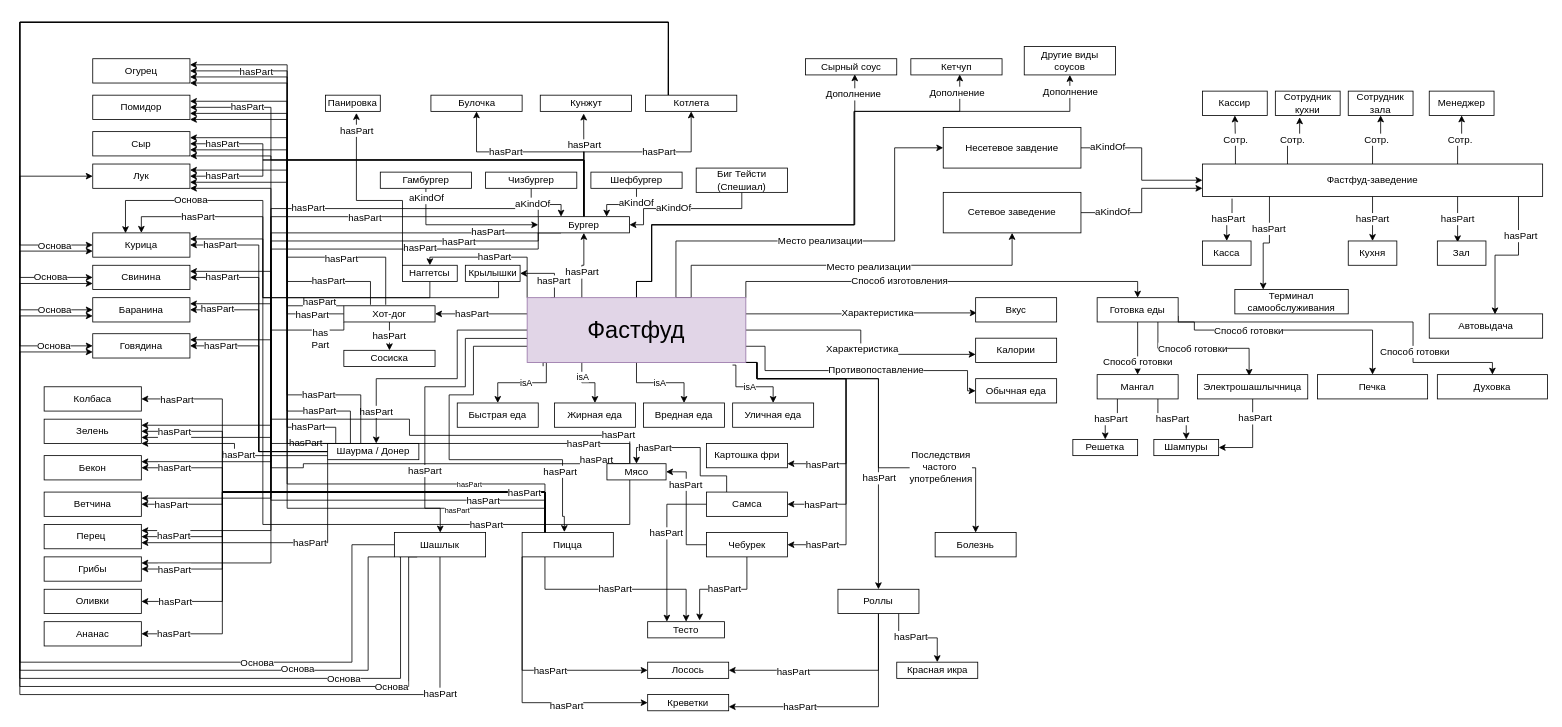
rusvlp/UML keeps this draw.io diagram as diagrams/Фастфуд - семантическая сеть.drawio. Above is the earlier version. Source tidied: cells renumbered, new cells numbered last; positions are measured from the earlier drawing's top-left corner, leaving out a move shared by most shapes. Both pictures are drawn from the tidied source at 81%, with x=0, y=0 at pixel (19, 22).
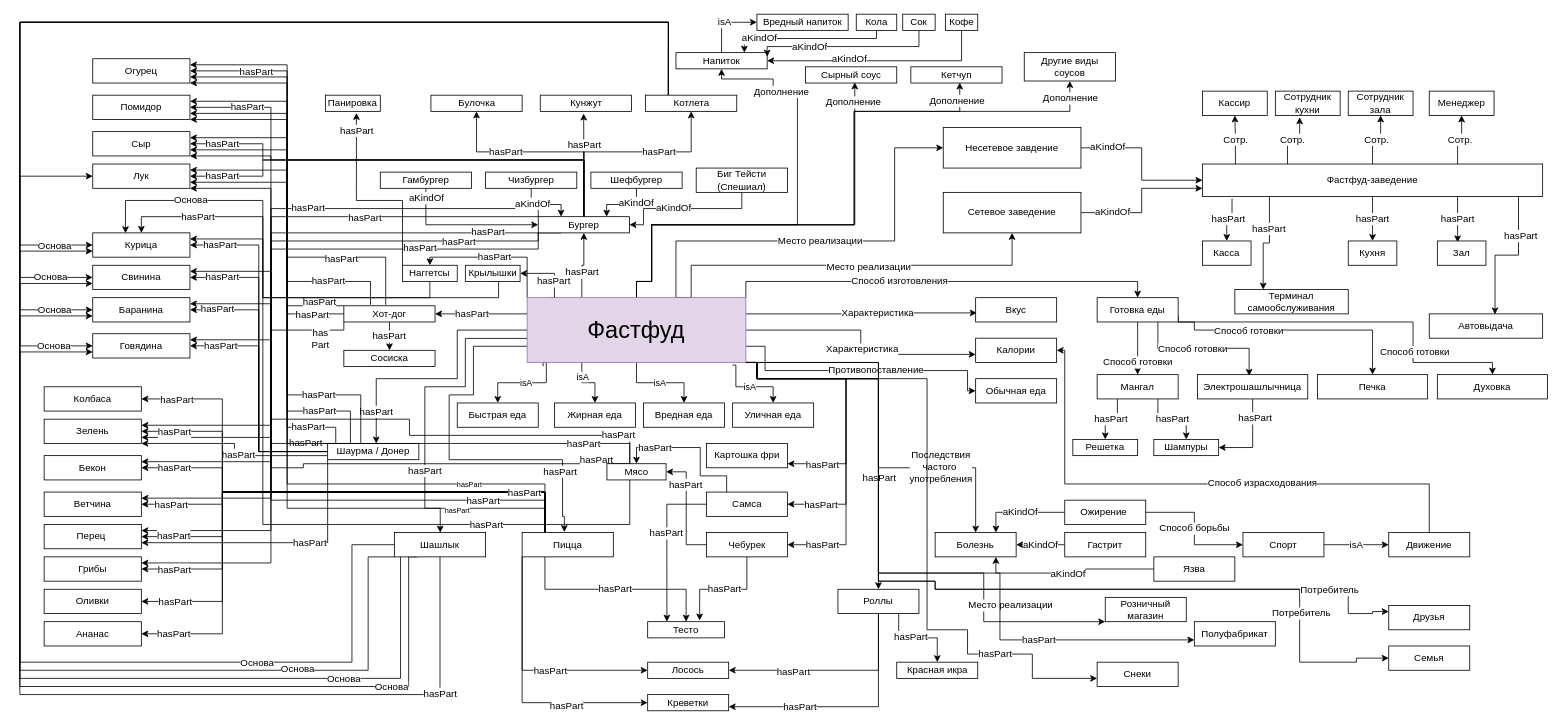
The same diagram, later.

The change refers to these unchanged cells:
```xml
<mxCell id="44" value="&lt;font style=&quot;font-size: 29px;&quot;&gt;Фастфуд&lt;/font&gt;" style="rounded=0;whiteSpace=wrap;html=1;fillColor=#e1d5e7;strokeColor=#9673a6;" parent="1" vertex="1">
  <mxGeometry x="626.3" y="340" width="270" height="80" as="geometry" />
</mxCell>
<mxCell id="50" value="Калории" style="rounded=0;whiteSpace=wrap;html=1;" parent="1" vertex="1">
  <mxGeometry x="1180" y="390" width="100" height="30" as="geometry" />
</mxCell>
<mxCell id="265" value="Болезнь" style="rounded=0;whiteSpace=wrap;html=1;fontSize=12;" parent="1" vertex="1">
  <mxGeometry x="1130" y="630" width="100" height="30" as="geometry" />
</mxCell>
```

Change to the diagram source:
```diff
@@
+    <mxCell id="266" style="edgeStyle=orthogonalEdgeStyle;rounded=0;jettySize=auto;html=1;exitX=0.5;exitY=0;exitDx=0;exitDy=0;fontSize=12;entryX=0.5;entryY=1;entryDx=0;entryDy=0;" parent="1" edge="1" source="44" target="290">
+      <mxGeometry relative="1" as="geometry">
+        <Array as="points">
+          <mxPoint x="761" y="320" />
+          <mxPoint x="780" y="320" />
+          <mxPoint x="780" y="250" />
+          <mxPoint x="960" y="250" />
+          <mxPoint x="960" y="80" />
+          <mxPoint x="930" y="80" />
+          <mxPoint x="930" y="70" />
+          <mxPoint x="866" y="70" />
+        </Array>
+      </mxGeometry>
+    </mxCell>
+    <mxCell id="267" value="Дополнение" style="edgeLabel;html=1;align=center;verticalAlign=middle;fontSize=12;" parent="266" vertex="1">
+      <mxGeometry x="0.63" y="1" relative="1" as="geometry">
+        <mxPoint x="-10" y="4" as="offset" />
+      </mxGeometry>
+    </mxCell>
+    <mxCell id="268" style="edgeStyle=orthogonalEdgeStyle;rounded=0;jettySize=auto;html=1;exitX=1;exitY=1;exitDx=0;exitDy=0;fontSize=12;" parent="1" edge="1" source="44" target="301">
+      <mxGeometry relative="1" as="geometry">
+        <Array as="points">
+          <mxPoint x="910" y="420" />
+          <mxPoint x="910" y="440" />
+          <mxPoint x="1060" y="440" />
+          <mxPoint x="1060" y="680" />
+          <mxPoint x="1190" y="680" />
+          <mxPoint x="1190" y="740" />
+        </Array>
+      </mxGeometry>
+    </mxCell>
+    <mxCell id="269" value="Место реализации" style="edgeLabel;html=1;align=center;verticalAlign=middle;fontSize=12;" parent="268" vertex="1">
+      <mxGeometry x="0.66" y="-2" relative="1" as="geometry">
+        <mxPoint x="12" y="-23" as="offset" />
+      </mxGeometry>
+    </mxCell>
+    <mxCell id="270" style="edgeStyle=orthogonalEdgeStyle;rounded=0;jettySize=auto;html=1;exitX=1;exitY=1;exitDx=0;exitDy=0;fontSize=12;" parent="1" edge="1" source="44" target="302">
+      <mxGeometry relative="1" as="geometry">
+        <Array as="points">
+          <mxPoint x="910" y="420" />
+          <mxPoint x="910" y="440" />
+          <mxPoint x="1120" y="440" />
+          <mxPoint x="1120" y="750" />
+          <mxPoint x="1170" y="750" />
+          <mxPoint x="1170" y="780" />
+          <mxPoint x="1250" y="780" />
+          <mxPoint x="1250" y="810" />
+        </Array>
+      </mxGeometry>
+    </mxCell>
+    <mxCell id="271" value="hasPart" style="edgeLabel;html=1;align=center;verticalAlign=middle;fontSize=12;" parent="270" vertex="1">
+      <mxGeometry x="0.62" y="1" relative="1" as="geometry" />
+    </mxCell>
+    <mxCell id="272" style="edgeStyle=orthogonalEdgeStyle;rounded=0;jettySize=auto;html=1;exitX=1;exitY=1;exitDx=0;exitDy=0;fontSize=12;entryX=0;entryY=0.75;entryDx=0;entryDy=0;" parent="1" edge="1" source="44" target="303">
+      <mxGeometry relative="1" as="geometry">
+        <Array as="points">
+          <mxPoint x="910" y="420" />
+          <mxPoint x="910" y="440" />
+          <mxPoint x="1060" y="440" />
+          <mxPoint x="1060" y="680" />
+          <mxPoint x="1210" y="680" />
+          <mxPoint x="1210" y="762" />
+        </Array>
+      </mxGeometry>
+    </mxCell>
+    <mxCell id="273" value="hasPart" style="edgeLabel;html=1;align=center;verticalAlign=middle;fontSize=12;" parent="272" vertex="1">
+      <mxGeometry x="0.57" relative="1" as="geometry" />
+    </mxCell>
+    <mxCell id="274" style="edgeStyle=orthogonalEdgeStyle;rounded=0;jettySize=auto;html=1;exitX=1;exitY=1;exitDx=0;exitDy=0;fontSize=12;entryX=0;entryY=0.5;entryDx=0;entryDy=0;" parent="1" edge="1" source="44" target="304">
+      <mxGeometry relative="1" as="geometry">
+        <Array as="points">
+          <mxPoint x="1060" y="420" />
+          <mxPoint x="1060" y="690" />
+          <mxPoint x="1130" y="690" />
+          <mxPoint x="1130" y="700" />
+          <mxPoint x="1580" y="700" />
+          <mxPoint x="1580" y="790" />
+          <mxPoint x="1650" y="790" />
+          <mxPoint x="1650" y="785" />
+        </Array>
+      </mxGeometry>
+    </mxCell>
+    <mxCell id="275" value="Потребитель" style="edgeLabel;html=1;align=center;verticalAlign=middle;fontSize=12;" parent="274" vertex="1">
+      <mxGeometry x="0.7" y="1" relative="1" as="geometry" />
+    </mxCell>
@@
     <mxCell id="234" value="Сырный соус" style="rounded=0;whiteSpace=wrap;html=1;fontSize=12;" parent="1" vertex="1">
-      <mxGeometry x="970" y="45" width="112.6" height="20" as="geometry" />
+      <mxGeometry x="970" y="55" width="112.6" height="20" as="geometry" />
     </mxCell>
     <mxCell id="235" value="Кетчуп" style="rounded=0;whiteSpace=wrap;html=1;fontSize=12;" parent="1" vertex="1">
-      <mxGeometry x="1100" y="45" width="112.6" height="20" as="geometry" />
+      <mxGeometry x="1100" y="55" width="112.6" height="20" as="geometry" />
     </mxCell>
     <mxCell id="236" value="Другие виды соусов" style="rounded=0;whiteSpace=wrap;html=1;fontSize=12;" parent="1" vertex="1">
-      <mxGeometry x="1240" y="30" width="112.6" height="35" as="geometry" />
+      <mxGeometry x="1240" y="37.5" width="112.6" height="35" as="geometry" />
     </mxCell>
@@
+    <mxCell id="276" value="aKindOf" style="edgeStyle=orthogonalEdgeStyle;rounded=0;jettySize=auto;html=1;exitX=0;exitY=0.5;exitDx=0;exitDy=0;entryX=0.75;entryY=0;entryDx=0;entryDy=0;fontSize=12;" parent="1" edge="1" source="278" target="265">
+      <mxGeometry relative="1" as="geometry" />
+    </mxCell>
+    <mxCell id="277" value="Способ борьбы" style="edgeStyle=orthogonalEdgeStyle;rounded=0;jettySize=auto;html=1;exitX=1;exitY=0.5;exitDx=0;exitDy=0;entryX=0;entryY=0.5;entryDx=0;entryDy=0;fontSize=12;" parent="1" edge="1" source="278" target="285">
+      <mxGeometry relative="1" as="geometry" />
+    </mxCell>
+    <mxCell id="278" value="Ожирение&amp;nbsp;" style="rounded=0;whiteSpace=wrap;html=1;fontSize=12;" parent="1" vertex="1">
+      <mxGeometry x="1290" y="590" width="100" height="30" as="geometry" />
+    </mxCell>
+    <mxCell id="279" value="aKindOf" style="edgeStyle=orthogonalEdgeStyle;rounded=0;jettySize=auto;html=1;exitX=0;exitY=0.5;exitDx=0;exitDy=0;entryX=1;entryY=0.5;entryDx=0;entryDy=0;fontSize=12;" parent="1" edge="1" source="280" target="265">
+      <mxGeometry relative="1" as="geometry" />
+    </mxCell>
+    <mxCell id="280" value="Гастрит" style="rounded=0;whiteSpace=wrap;html=1;fontSize=12;" parent="1" vertex="1">
+      <mxGeometry x="1290" y="630" width="100" height="30" as="geometry" />
+    </mxCell>
+    <mxCell id="281" style="edgeStyle=orthogonalEdgeStyle;rounded=0;jettySize=auto;html=1;exitX=0;exitY=0.5;exitDx=0;exitDy=0;entryX=0.75;entryY=1;entryDx=0;entryDy=0;fontSize=12;" parent="1" edge="1" source="283" target="265">
+      <mxGeometry relative="1" as="geometry" />
+    </mxCell>
+    <mxCell id="282" value="aKindOf" style="edgeLabel;html=1;align=center;verticalAlign=middle;fontSize=12;" parent="281" vertex="1">
+      <mxGeometry x="0.02" relative="1" as="geometry" />
+    </mxCell>
+    <mxCell id="283" value="Язва" style="rounded=0;whiteSpace=wrap;html=1;fontSize=12;" parent="1" vertex="1">
+      <mxGeometry x="1400" y="660" width="100" height="30" as="geometry" />
+    </mxCell>
+    <mxCell id="284" value="isA" style="edgeStyle=orthogonalEdgeStyle;rounded=0;jettySize=auto;html=1;exitX=1;exitY=0.5;exitDx=0;exitDy=0;fontSize=12;entryX=0;entryY=0.5;entryDx=0;entryDy=0;" parent="1" edge="1" source="285" target="288">
+      <mxGeometry relative="1" as="geometry" />
+    </mxCell>
+    <mxCell id="285" value="Спорт" style="rounded=0;whiteSpace=wrap;html=1;fontSize=12;" parent="1" vertex="1">
+      <mxGeometry x="1510" y="630" width="100" height="30" as="geometry" />
+    </mxCell>
+    <mxCell id="286" style="edgeStyle=orthogonalEdgeStyle;rounded=0;jettySize=auto;html=1;exitX=0.5;exitY=0;exitDx=0;exitDy=0;entryX=1;entryY=0.5;entryDx=0;entryDy=0;fontSize=12;" parent="1" edge="1" source="288" target="50">
+      <mxGeometry relative="1" as="geometry">
+        <Array as="points">
+          <mxPoint x="1740" y="570" />
+          <mxPoint x="1290" y="570" />
+          <mxPoint x="1290" y="405" />
+        </Array>
+      </mxGeometry>
+    </mxCell>
+    <mxCell id="287" value="Способ израсходования" style="edgeLabel;html=1;align=center;verticalAlign=middle;fontSize=12;" parent="286" vertex="1">
+      <mxGeometry x="-0.22" y="-2" relative="1" as="geometry" />
+    </mxCell>
+    <mxCell id="288" value="Движение" style="rounded=0;whiteSpace=wrap;html=1;fontSize=12;" parent="1" vertex="1">
+      <mxGeometry x="1690" y="630" width="100" height="30" as="geometry" />
+    </mxCell>
+    <mxCell id="289" value="isA" style="edgeStyle=orthogonalEdgeStyle;rounded=0;jettySize=auto;html=1;exitX=0.5;exitY=0;exitDx=0;exitDy=0;fontSize=12;entryX=0;entryY=0.5;entryDx=0;entryDy=0;" parent="1" edge="1" source="290" target="291">
+      <mxGeometry relative="1" as="geometry" />
+    </mxCell>
+    <mxCell id="290" value="Напиток" style="rounded=0;whiteSpace=wrap;html=1;fontSize=12;" parent="1" vertex="1">
+      <mxGeometry x="810" y="37.5" width="112.6" height="20" as="geometry" />
+    </mxCell>
+    <mxCell id="291" value="Вредный напиток" style="rounded=0;whiteSpace=wrap;html=1;fontSize=12;" parent="1" vertex="1">
+      <mxGeometry x="910" y="-10" width="112.6" height="20" as="geometry" />
+    </mxCell>
+    <mxCell id="292" style="edgeStyle=orthogonalEdgeStyle;rounded=0;jettySize=auto;html=1;exitX=0.5;exitY=1;exitDx=0;exitDy=0;entryX=0.75;entryY=0;entryDx=0;entryDy=0;fontSize=12;" parent="1" edge="1" source="294" target="290">
+      <mxGeometry relative="1" as="geometry">
+        <Array as="points">
+          <mxPoint x="1058" y="20" />
+          <mxPoint x="894" y="20" />
+        </Array>
+      </mxGeometry>
+    </mxCell>
+    <mxCell id="293" value="aKindOf" style="edgeLabel;html=1;align=center;verticalAlign=middle;fontSize=12;" parent="292" vertex="1">
+      <mxGeometry x="0.63" y="-1" relative="1" as="geometry" />
+    </mxCell>
+    <mxCell id="294" value="Кола" style="rounded=0;whiteSpace=wrap;html=1;fontSize=12;" parent="1" vertex="1">
+      <mxGeometry x="1032.6" y="-10" width="50" height="20" as="geometry" />
+    </mxCell>
+    <mxCell id="295" style="edgeStyle=orthogonalEdgeStyle;rounded=0;jettySize=auto;html=1;exitX=0.5;exitY=1;exitDx=0;exitDy=0;entryX=1;entryY=0.25;entryDx=0;entryDy=0;fontSize=12;" parent="1" edge="1" source="297" target="290">
+      <mxGeometry relative="1" as="geometry">
+        <Array as="points">
+          <mxPoint x="1110" y="30" />
+          <mxPoint x="923" y="30" />
+        </Array>
+      </mxGeometry>
+    </mxCell>
+    <mxCell id="296" value="aKindOf" style="edgeLabel;html=1;align=center;verticalAlign=middle;fontSize=12;" parent="295" vertex="1">
+      <mxGeometry x="0.42" relative="1" as="geometry" />
+    </mxCell>
+    <mxCell id="297" value="Сок" style="rounded=0;whiteSpace=wrap;html=1;fontSize=12;" parent="1" vertex="1">
+      <mxGeometry x="1090" y="-10" width="40" height="20" as="geometry" />
+    </mxCell>
+    <mxCell id="298" style="edgeStyle=orthogonalEdgeStyle;rounded=0;jettySize=auto;html=1;exitX=0.5;exitY=1;exitDx=0;exitDy=0;entryX=1;entryY=0.5;entryDx=0;entryDy=0;fontSize=12;" parent="1" edge="1" source="300" target="290">
+      <mxGeometry relative="1" as="geometry">
+        <Array as="points">
+          <mxPoint x="1163" y="47" />
+        </Array>
+      </mxGeometry>
+    </mxCell>
+    <mxCell id="299" value="aKindOf" style="edgeLabel;html=1;align=center;verticalAlign=middle;fontSize=12;" parent="298" vertex="1">
+      <mxGeometry x="0.3" relative="1" as="geometry">
+        <mxPoint x="3" y="-2" as="offset" />
+      </mxGeometry>
+    </mxCell>
+    <mxCell id="300" value="Кофе" style="rounded=0;whiteSpace=wrap;html=1;fontSize=12;" parent="1" vertex="1">
+      <mxGeometry x="1142.6" y="-10" width="40" height="20" as="geometry" />
+    </mxCell>
+    <mxCell id="301" value="Розничный магазин" style="rounded=0;whiteSpace=wrap;html=1;fontSize=12;" parent="1" vertex="1">
+      <mxGeometry x="1340" y="710" width="100" height="30" as="geometry" />
+    </mxCell>
+    <mxCell id="302" value="Снеки" style="rounded=0;whiteSpace=wrap;html=1;fontSize=12;" parent="1" vertex="1">
+      <mxGeometry x="1330" y="790" width="100" height="30" as="geometry" />
+    </mxCell>
+    <mxCell id="303" value="Полуфабрикат" style="rounded=0;whiteSpace=wrap;html=1;fontSize=12;" parent="1" vertex="1">
+      <mxGeometry x="1450" y="740" width="100" height="30" as="geometry" />
+    </mxCell>
+    <mxCell id="304" value="Семья" style="rounded=0;whiteSpace=wrap;html=1;fontSize=12;" parent="1" vertex="1">
+      <mxGeometry x="1690" y="770" width="100" height="30" as="geometry" />
+    </mxCell>
+    <mxCell id="305" style="edgeStyle=orthogonalEdgeStyle;rounded=0;jettySize=auto;html=1;exitX=1;exitY=1;exitDx=0;exitDy=0;fontSize=12;entryX=0;entryY=0.25;entryDx=0;entryDy=0;" parent="1" edge="1" target="307">
+      <mxGeometry relative="1" as="geometry">
+        <mxPoint x="896.3" y="420" as="sourcePoint" />
+        <Array as="points">
+          <mxPoint x="1060" y="420" />
+          <mxPoint x="1060" y="690" />
+          <mxPoint x="1130" y="690" />
+          <mxPoint x="1130" y="700" />
+          <mxPoint x="1640" y="700" />
+          <mxPoint x="1640" y="730" />
+          <mxPoint x="1670" y="730" />
+          <mxPoint x="1670" y="728" />
+        </Array>
+      </mxGeometry>
+    </mxCell>
+    <mxCell id="306" value="Потребитель" style="edgeLabel;html=1;align=center;verticalAlign=middle;fontSize=12;" parent="305" vertex="1">
+      <mxGeometry x="0.7" y="1" relative="1" as="geometry">
+        <mxPoint x="60" y="1" as="offset" />
+      </mxGeometry>
+    </mxCell>
+    <mxCell id="307" value="Друзья" style="rounded=0;whiteSpace=wrap;html=1;fontSize=12;" parent="1" vertex="1">
+      <mxGeometry x="1690" y="720" width="100" height="30" as="geometry" />
+    </mxCell>
```
